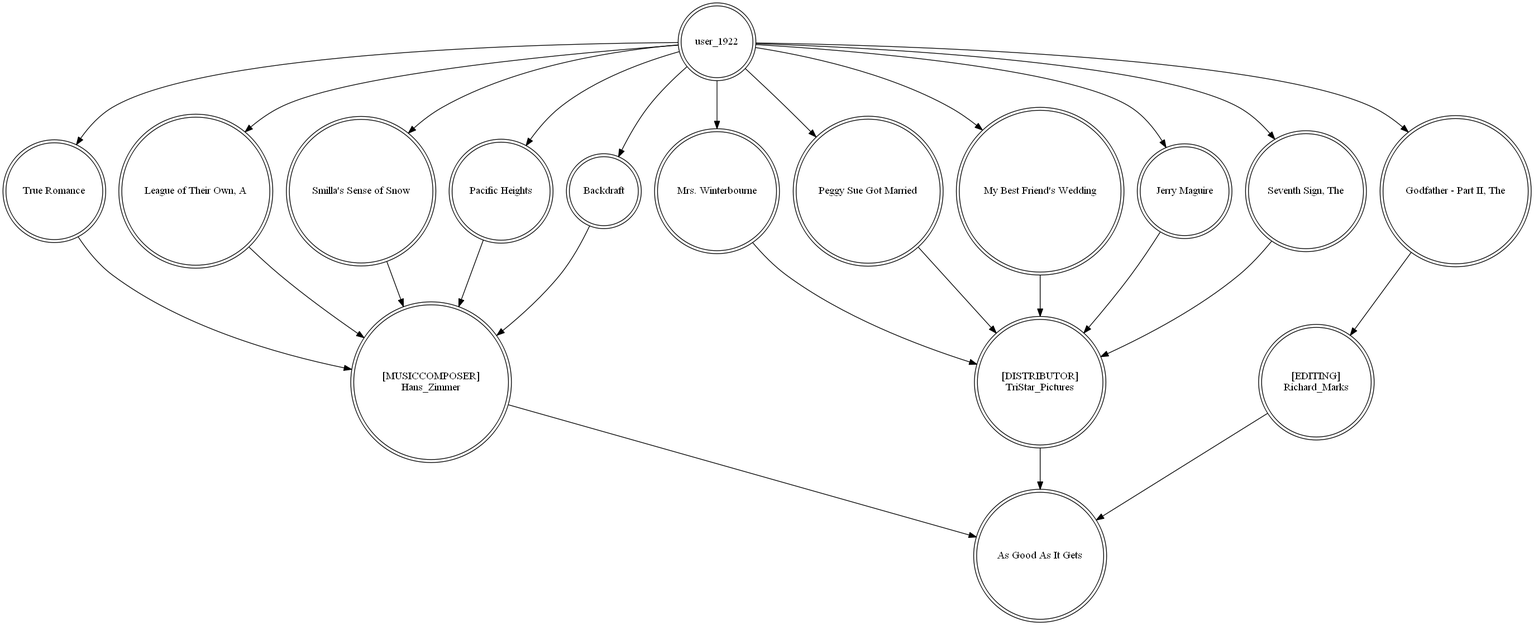
saiteja-siddana/Movie-Recommendations-GUI keeps this Graphviz diagram as cache/kgr_graph_user-user_1922_item-1784.gv.png. Above is the earlier version. Its source is kept beside it as cache/kgr_graph_user-user_1922_item-1784.gv. The source it was exported from:
```dot
digraph finite_state_machine {
	node [shape=doublecircle]
	user_1922 -> "Mrs. Winterbourne"
	user_1922 -> "True Romance"
	"League of Their Own, A" -> "[MUSICCOMPOSER]
Hans_Zimmer"
	"True Romance" -> "[MUSICCOMPOSER]
Hans_Zimmer"
	user_1922 -> "Smilla's Sense of Snow"
	user_1922 -> "League of Their Own, A"
	"Smilla's Sense of Snow" -> "[MUSICCOMPOSER]
Hans_Zimmer"
	"Godfather - Part II, The" -> "[EDITING]
Richard_Marks"
	"[DISTRIBUTOR]
TriStar_Pictures" -> "As Good As It Gets"
	"Peggy Sue Got Married" -> "[DISTRIBUTOR]
TriStar_Pictures"
	user_1922 -> "My Best Friend's Wedding"
	user_1922 -> "Godfather - Part II, The"
	"Mrs. Winterbourne" -> "[DISTRIBUTOR]
TriStar_Pictures"
	"[EDITING]
Richard_Marks" -> "As Good As It Gets"
	user_1922 -> "Jerry Maguire"
	"Pacific Heights" -> "[MUSICCOMPOSER]
Hans_Zimmer"
	"Jerry Maguire" -> "[DISTRIBUTOR]
TriStar_Pictures"
	user_1922 -> Backdraft
	"[MUSICCOMPOSER]
Hans_Zimmer" -> "As Good As It Gets"
	Backdraft -> "[MUSICCOMPOSER]
Hans_Zimmer"
	user_1922 -> "Peggy Sue Got Married"
	user_1922 -> "Pacific Heights"
	"My Best Friend's Wedding" -> "[DISTRIBUTOR]
TriStar_Pictures"
	"Seventh Sign, The" -> "[DISTRIBUTOR]
TriStar_Pictures"
	user_1922 -> "Seventh Sign, The"
}
```
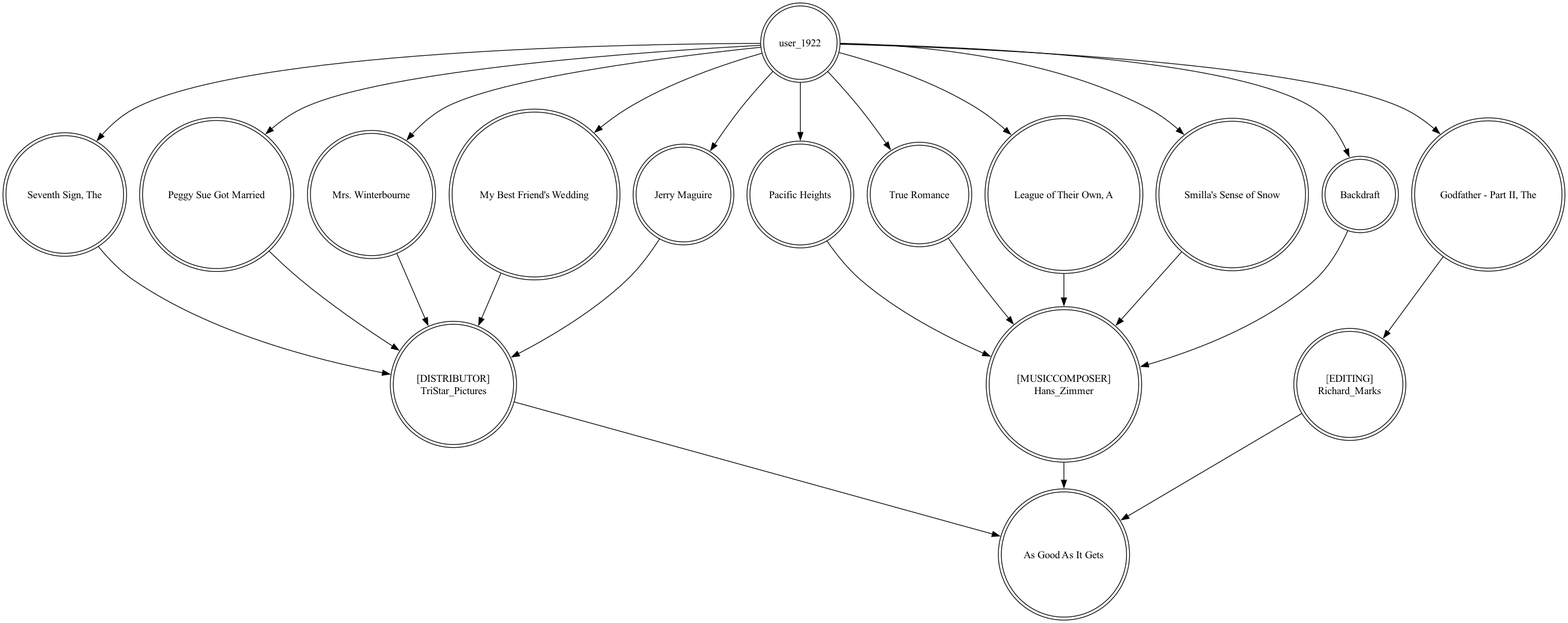
The same file after the commit.

Diff of the diagram source:
```diff
@@ -1,42 +1,42 @@
 digraph finite_state_machine {
 	node [shape=doublecircle]
-	user_1922 -> "Mrs. Winterbourne"
-	user_1922 -> "True Romance"
+	"Seventh Sign, The" -> "[DISTRIBUTOR]
+TriStar_Pictures"
+	user_1922 -> "Peggy Sue Got Married"
+	"Pacific Heights" -> "[MUSICCOMPOSER]
+Hans_Zimmer"
+	"Peggy Sue Got Married" -> "[DISTRIBUTOR]
+TriStar_Pictures"
+	"True Romance" -> "[MUSICCOMPOSER]
+Hans_Zimmer"
 	"League of Their Own, A" -> "[MUSICCOMPOSER]
 Hans_Zimmer"
-	"True Romance" -> "[MUSICCOMPOSER]
-Hans_Zimmer"
-	user_1922 -> "Smilla's Sense of Snow"
-	user_1922 -> "League of Their Own, A"
+	"[DISTRIBUTOR]
+TriStar_Pictures" -> "As Good As It Gets"
+	user_1922 -> "Pacific Heights"
 	"Smilla's Sense of Snow" -> "[MUSICCOMPOSER]
 Hans_Zimmer"
+	"Mrs. Winterbourne" -> "[DISTRIBUTOR]
+TriStar_Pictures"
 	"Godfather - Part II, The" -> "[EDITING]
 Richard_Marks"
-	"[DISTRIBUTOR]
-TriStar_Pictures" -> "As Good As It Gets"
-	"Peggy Sue Got Married" -> "[DISTRIBUTOR]
-TriStar_Pictures"
+	"[MUSICCOMPOSER]
+Hans_Zimmer" -> "As Good As It Gets"
 	user_1922 -> "My Best Friend's Wedding"
-	user_1922 -> "Godfather - Part II, The"
-	"Mrs. Winterbourne" -> "[DISTRIBUTOR]
-TriStar_Pictures"
+	user_1922 -> "League of Their Own, A"
 	"[EDITING]
 Richard_Marks" -> "As Good As It Gets"
-	user_1922 -> "Jerry Maguire"
-	"Pacific Heights" -> "[MUSICCOMPOSER]
+	Backdraft -> "[MUSICCOMPOSER]
 Hans_Zimmer"
+	user_1922 -> Backdraft
+	user_1922 -> "True Romance"
+	"My Best Friend's Wedding" -> "[DISTRIBUTOR]
+TriStar_Pictures"
+	user_1922 -> "Seventh Sign, The"
+	user_1922 -> "Smilla's Sense of Snow"
+	user_1922 -> "Godfather - Part II, The"
 	"Jerry Maguire" -> "[DISTRIBUTOR]
 TriStar_Pictures"
-	user_1922 -> Backdraft
-	"[MUSICCOMPOSER]
-Hans_Zimmer" -> "As Good As It Gets"
-	Backdraft -> "[MUSICCOMPOSER]
-Hans_Zimmer"
-	user_1922 -> "Peggy Sue Got Married"
-	user_1922 -> "Pacific Heights"
-	"My Best Friend's Wedding" -> "[DISTRIBUTOR]
-TriStar_Pictures"
-	"Seventh Sign, The" -> "[DISTRIBUTOR]
-TriStar_Pictures"
-	user_1922 -> "Seventh Sign, The"
+	user_1922 -> "Jerry Maguire"
+	user_1922 -> "Mrs. Winterbourne"
 }
```
